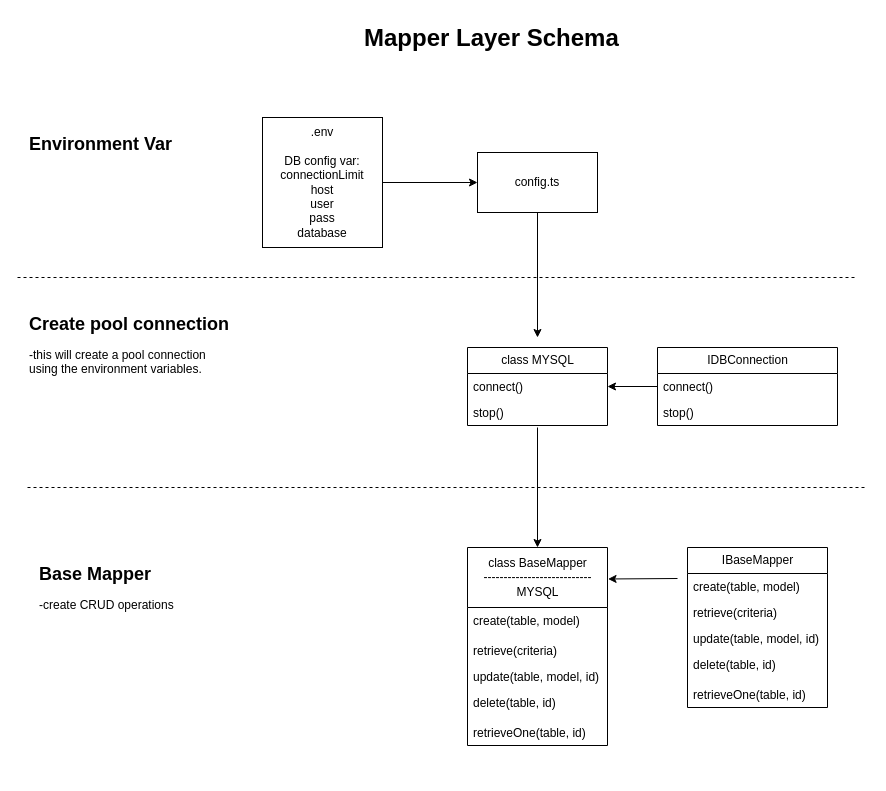
Before: BackEnd/documentation/v1/diagrams/DataAccessLayer.drawio in BoboHaiHui/Reactive, a draw.io diagram. Source tidied: cells renumbered, new cells numbered last; positions are measured from the earlier drawing's top-left corner, leaving out a move shared by most shapes. Both pictures are drawn from the tidied source at 100%, with x=0, y=0 at pixel (17, 17).
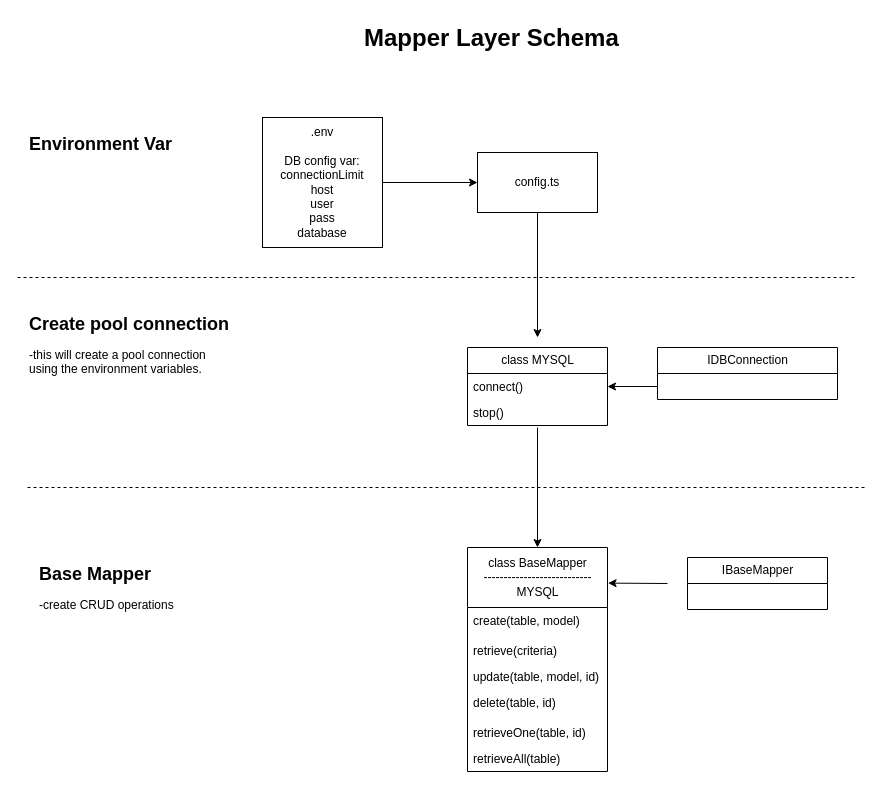
The same page after the edit.

The change refers to these unchanged cells:
```xml
<mxCell id="13" value="connect()" style="text;strokeColor=none;fillColor=none;align=left;verticalAlign=top;spacingLeft=4;spacingRight=4;overflow=hidden;points=[[0,0.5],[1,0.5]];portConstraint=eastwest;whiteSpace=wrap;html=1;" parent="12" vertex="1">
  <mxGeometry y="26" width="140" height="26" as="geometry" />
</mxCell>
```

Diff of the diagram source:
```diff
@@
     <mxCell id="15" value="IDBConnection" style="swimlane;fontStyle=0;horizontal=1;startSize=26;fillColor=none;html=1;" parent="1" vertex="1">
-      <mxGeometry x="640" y="330" width="180" height="78" as="geometry" />
+      <mxGeometry x="640" y="330" width="180" height="52" as="geometry" />
     </mxCell>
-    <mxCell id="16" value="connect()" style="text;strokeColor=none;fillColor=none;align=left;verticalAlign=top;spacingLeft=4;spacingRight=4;overflow=hidden;points=[[0,0.5],[1,0.5]];portConstraint=eastwest;whiteSpace=wrap;html=1;" parent="15" vertex="1">
-      <mxGeometry y="26" width="180" height="26" as="geometry" />
-    </mxCell>
-    <mxCell id="17" value="stop()" style="text;strokeColor=none;fillColor=none;align=left;verticalAlign=top;spacingLeft=4;spacingRight=4;overflow=hidden;whiteSpace=wrap;html=1;" parent="15" vertex="1">
-      <mxGeometry y="52" width="180" height="26" as="geometry" />
-    </mxCell>
-    <mxCell id="18" style="endArrow=classic;html=1;rounded=0;exitX=0;exitY=0.5;exitDx=0;exitDy=0;entryX=1;entryY=0.5;entryDx=0;entryDy=0;" parent="1" edge="1" source="16" target="13">
-      <mxGeometry relative="1" as="geometry" />
+    <mxCell id="18" style="endArrow=classic;html=1;rounded=0;exitX=0;exitY=0.5;exitDx=0;exitDy=0;entryX=1;entryY=0.5;entryDx=0;entryDy=0;" parent="1" edge="1" target="13">
+      <mxGeometry relative="1" as="geometry">
+        <mxPoint x="640" y="369" as="sourcePoint" />
+      </mxGeometry>
     </mxCell>
     <mxCell id="19" value="class BaseMapper&lt;div&gt;---------------------------&lt;/div&gt;&lt;div&gt;MYSQL&lt;/div&gt;" style="swimlane;fontStyle=0;horizontal=1;startSize=60;fillColor=none;html=1;" parent="1" vertex="1">
-      <mxGeometry x="450" y="530" width="140" height="198" as="geometry" />
+      <mxGeometry x="450" y="530" width="140" height="224" as="geometry" />
     </mxCell>
@@
+    <mxCell id="33" value="retrieveAll(table)" style="text;strokeColor=none;fillColor=none;align=left;verticalAlign=top;spacingLeft=4;spacingRight=4;overflow=hidden;whiteSpace=wrap;html=1;" parent="19" vertex="1">
+      <mxGeometry y="198" width="140" height="26" as="geometry" />
+    </mxCell>
     <mxCell id="25" style="endArrow=classic;html=1;rounded=0;entryX=1.004;entryY=0.159;entryDx=0;entryDy=0;entryPerimeter=0;" parent="1" edge="1" target="19">
       <mxGeometry relative="1" as="geometry">
-        <mxPoint x="660" y="561" as="sourcePoint" />
+        <mxPoint x="650" y="566" as="sourcePoint" />
       </mxGeometry>
     </mxCell>
@@
     <mxCell id="27" value="IBaseMapper" style="swimlane;fontStyle=0;horizontal=1;startSize=26;fillColor=none;html=1;" parent="1" vertex="1">
-      <mxGeometry x="670" y="530" width="140" height="160" as="geometry" />
+      <mxGeometry x="670" y="540" width="140" height="52" as="geometry" />
     </mxCell>
-    <mxCell id="28" value="create(table, model)" style="text;strokeColor=none;fillColor=none;align=left;verticalAlign=top;spacingLeft=4;spacingRight=4;overflow=hidden;whiteSpace=wrap;html=1;" parent="27" vertex="1">
-      <mxGeometry y="26" width="140" height="26" as="geometry" />
-    </mxCell>
-    <mxCell id="29" value="retrieve(criteria)" style="text;strokeColor=none;fillColor=none;align=left;verticalAlign=top;spacingLeft=4;spacingRight=4;overflow=hidden;whiteSpace=wrap;html=1;" parent="27" vertex="1">
-      <mxGeometry y="52" width="140" height="26" as="geometry" />
-    </mxCell>
-    <mxCell id="30" value="update(table, model, id)" style="text;strokeColor=none;fillColor=none;align=left;verticalAlign=top;spacingLeft=4;spacingRight=4;overflow=hidden;whiteSpace=wrap;html=1;" parent="27" vertex="1">
-      <mxGeometry y="78" width="140" height="26" as="geometry" />
-    </mxCell>
-    <mxCell id="31" value="&lt;div&gt;delete(table, id)&lt;/div&gt;" style="text;strokeColor=none;fillColor=none;align=left;verticalAlign=top;spacingLeft=4;spacingRight=4;overflow=hidden;whiteSpace=wrap;html=1;" parent="27" vertex="1">
-      <mxGeometry y="104" width="140" height="30" as="geometry" />
-    </mxCell>
-    <mxCell id="32" value="retrieveOne(table, id)" style="text;strokeColor=none;fillColor=none;align=left;verticalAlign=top;spacingLeft=4;spacingRight=4;overflow=hidden;whiteSpace=wrap;html=1;" parent="27" vertex="1">
-      <mxGeometry y="134" width="140" height="26" as="geometry" />
-    </mxCell>
```
